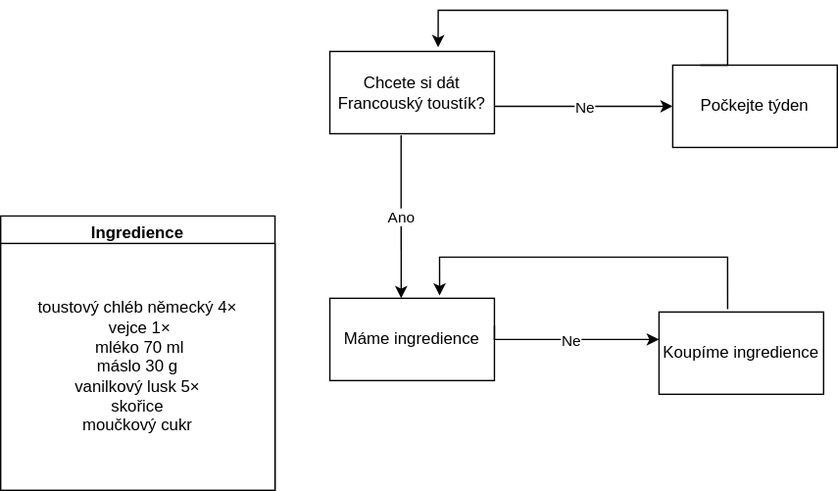
Before: 00TempData/Francouský toustík - Pain perdu.svg, a diagram exported from draw.io (MatyasKorytar/diagras.net). Source tidied: cells renumbered, new cells last; positions are measured from the earlier drawing's top-left corner, leaving out a move shared by most shapes.
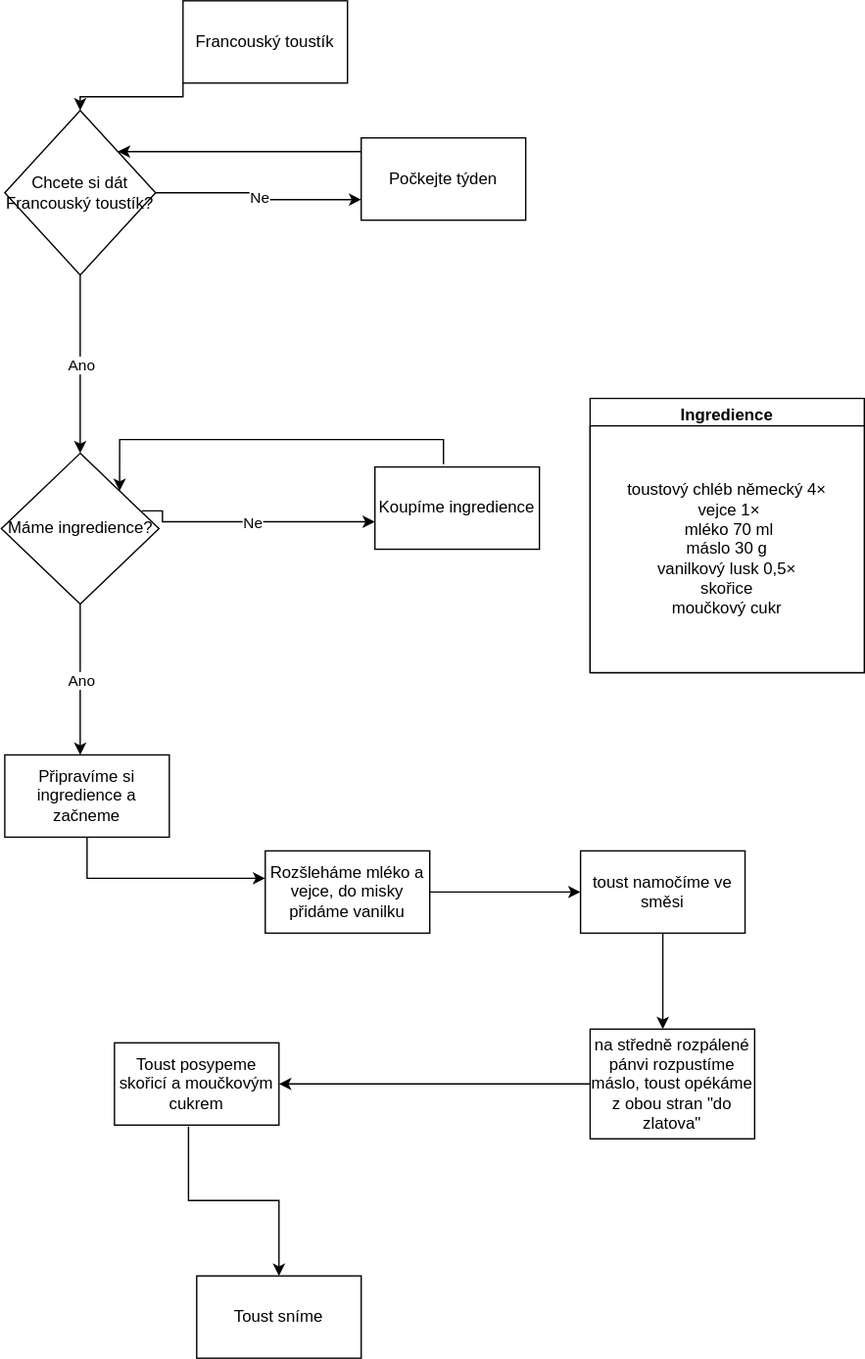
The same file after the commit.

The edit, as a diff of the source:
```diff
@@ -2,53 +2,43 @@
   <root>
     <mxCell id="0" />
     <mxCell id="1" parent="0" />
-    <mxCell id="2" value="Chcete si dát Francouský toustík?" style="rounded=0;whiteSpace=wrap;html=1;" parent="1" vertex="1">
-      <mxGeometry x="240" y="30" width="120" height="60" as="geometry" />
-    </mxCell>
-    <mxCell id="3" style="endArrow=classic;html=1;rounded=0;edgeStyle=orthogonalEdgeStyle;" parent="1" edge="1">
-      <mxGeometry relative="1" as="geometry">
-        <mxPoint x="360" y="70" as="sourcePoint" />
-        <mxPoint x="490" y="70" as="targetPoint" />
-      </mxGeometry>
+    <mxCell id="3" style="endArrow=classic;html=1;rounded=0;edgeStyle=orthogonalEdgeStyle;exitX=1;exitY=0.5;exitDx=0;exitDy=0;entryX=0;entryY=0.75;entryDx=0;entryDy=0;" parent="1" edge="1" source="2" target="5">
+      <mxGeometry relative="1" as="geometry" />
     </mxCell>
     <mxCell id="4" value="Ne" style="edgeLabel;html=1;align=center;verticalAlign=middle;" parent="3" vertex="1">
       <mxGeometry relative="1" as="geometry" />
     </mxCell>
     <mxCell id="5" value="Počkejte týden" style="rounded=0;whiteSpace=wrap;html=1;" parent="1" vertex="1">
-      <mxGeometry x="490" y="40" width="120" height="60" as="geometry" />
+      <mxGeometry x="490" y="100" width="120" height="60" as="geometry" />
     </mxCell>
-    <mxCell id="6" style="endArrow=classic;html=1;rounded=0;edgeStyle=orthogonalEdgeStyle;entryX=0.658;entryY=-0.05;entryDx=0;entryDy=0;entryPerimeter=0;" parent="1" edge="1" target="2">
+    <mxCell id="6" style="endArrow=classic;html=1;rounded=0;edgeStyle=orthogonalEdgeStyle;entryX=1;entryY=0;entryDx=0;entryDy=0;" parent="1" edge="1" target="2">
       <mxGeometry relative="1" as="geometry">
-        <mxPoint x="510" y="40" as="sourcePoint" />
+        <mxPoint x="490" y="110" as="sourcePoint" />
         <Array as="points">
-          <mxPoint x="530" y="40" />
-          <mxPoint x="530" />
-          <mxPoint x="319" />
+          <mxPoint x="490" y="110" />
+          <mxPoint x="490" y="110" />
         </Array>
       </mxGeometry>
     </mxCell>
-    <mxCell id="7" style="endArrow=classic;html=1;rounded=0;edgeStyle=orthogonalEdgeStyle;exitX=0.433;exitY=1.017;exitDx=0;exitDy=0;exitPerimeter=0;" parent="1" edge="1" source="2">
+    <mxCell id="7" style="endArrow=classic;html=1;rounded=0;edgeStyle=orthogonalEdgeStyle;entryX=0.5;entryY=0;entryDx=0;entryDy=0;" parent="1" edge="1" source="2">
       <mxGeometry relative="1" as="geometry">
-        <mxPoint x="292" y="210" as="targetPoint" />
+        <mxPoint x="285" y="330" as="targetPoint" />
       </mxGeometry>
     </mxCell>
     <mxCell id="8" value="Ano" style="edgeLabel;html=1;align=center;verticalAlign=middle;" parent="7" vertex="1">
       <mxGeometry relative="1" as="geometry" />
     </mxCell>
-    <mxCell id="9" value="Máme ingredience&lt;br&gt;" style="rounded=0;whiteSpace=wrap;html=1;" parent="1" vertex="1">
-      <mxGeometry x="240" y="210" width="120" height="60" as="geometry" />
-    </mxCell>
     <mxCell id="10" value="Ingredience" style="swimlane;" parent="1" vertex="1">
-      <mxGeometry y="150" width="200" height="200" as="geometry" />
+      <mxGeometry x="657" y="290" width="200" height="200" as="geometry" />
     </mxCell>
-    <mxCell id="11" value="&lt;span&gt;toustový chléb německý 4×&lt;br&gt;&amp;nbsp;vejce 1×&lt;br&gt;&amp;nbsp;mléko 70 ml&lt;br&gt;máslo 30 g&lt;br&gt;vanilkový lusk 5×&lt;br&gt;skořice&lt;br&gt;moučkový cukr&lt;br&gt;&lt;/span&gt;" style="rounded=0;whiteSpace=wrap;html=1;" parent="10" vertex="1">
+    <mxCell id="11" value="&lt;span&gt;toustový chléb německý 4×&lt;br&gt;&amp;nbsp;vejce 1×&lt;br&gt;&amp;nbsp;mléko 70 ml&lt;br&gt;máslo 30 g&lt;br&gt;vanilkový lusk 0,5×&lt;br&gt;skořice&lt;br&gt;moučkový cukr&lt;br&gt;&lt;/span&gt;" style="rounded=0;whiteSpace=wrap;html=1;" parent="10" vertex="1">
       <mxGeometry y="20" width="200" height="180" as="geometry" />
     </mxCell>
-    <mxCell id="12" style="endArrow=classic;html=1;rounded=0;edgeStyle=orthogonalEdgeStyle;" parent="1" edge="1" target="14">
+    <mxCell id="12" style="endArrow=classic;html=1;rounded=0;edgeStyle=orthogonalEdgeStyle;exitX=0.891;exitY=0.382;exitDx=0;exitDy=0;exitPerimeter=0;" parent="1" edge="1" source="18" target="14">
       <mxGeometry relative="1" as="geometry">
-        <mxPoint x="360" y="230" as="sourcePoint" />
         <Array as="points">
-          <mxPoint x="360" y="240" />
+          <mxPoint x="345" y="372" />
+          <mxPoint x="345" y="380" />
         </Array>
       </mxGeometry>
     </mxCell>
@@ -56,15 +46,79 @@
       <mxGeometry relative="1" as="geometry" />
     </mxCell>
     <mxCell id="14" value="Koupíme ingredience" style="rounded=0;whiteSpace=wrap;html=1;" parent="1" vertex="1">
-      <mxGeometry x="480" y="220" width="120" height="60" as="geometry" />
+      <mxGeometry x="500" y="340" width="120" height="60" as="geometry" />
     </mxCell>
-    <mxCell id="15" style="endArrow=classic;html=1;rounded=0;edgeStyle=orthogonalEdgeStyle;exitX=0.417;exitY=-0.033;exitDx=0;exitDy=0;exitPerimeter=0;entryX=0.667;entryY=-0.033;entryDx=0;entryDy=0;entryPerimeter=0;" parent="1" edge="1" source="14" target="9">
+    <mxCell id="15" style="endArrow=classic;html=1;rounded=0;edgeStyle=orthogonalEdgeStyle;exitX=0.417;exitY=-0.033;exitDx=0;exitDy=0;exitPerimeter=0;entryX=1;entryY=0;entryDx=0;entryDy=0;" parent="1" edge="1" source="14" target="18">
       <mxGeometry relative="1" as="geometry">
         <Array as="points">
-          <mxPoint x="530" y="180" />
-          <mxPoint x="320" y="180" />
+          <mxPoint x="550" y="320" />
+          <mxPoint x="314" y="320" />
         </Array>
       </mxGeometry>
     </mxCell>
+    <mxCell id="16" value="Francouský toustík" style="whiteSpace=wrap;html=1;" parent="1" vertex="1">
+      <mxGeometry x="360" width="120" height="60" as="geometry" />
+    </mxCell>
+    <mxCell id="2" value="Chcete si dát Francouský toustík?" style="rhombus;whiteSpace=wrap;html=1;" parent="1" vertex="1">
+      <mxGeometry x="230" y="80" width="110" height="120" as="geometry" />
+    </mxCell>
+    <mxCell id="17" style="endArrow=classic;html=1;rounded=0;edgeStyle=orthogonalEdgeStyle;exitX=0;exitY=1;exitDx=0;exitDy=0;entryX=0.5;entryY=0;entryDx=0;entryDy=0;" parent="1" edge="1" source="16" target="2">
+      <mxGeometry relative="1" as="geometry" />
+    </mxCell>
+    <mxCell id="18" value="Máme ingredience?" style="rhombus;whiteSpace=wrap;html=1;" parent="1" vertex="1">
+      <mxGeometry x="227.5" y="330" width="115" height="110" as="geometry" />
+    </mxCell>
+    <mxCell id="19" style="endArrow=classic;html=1;rounded=0;edgeStyle=orthogonalEdgeStyle;exitX=0.5;exitY=1;exitDx=0;exitDy=0;" parent="1" edge="1" source="18">
+      <mxGeometry relative="1" as="geometry">
+        <mxPoint x="285" y="550" as="targetPoint" />
+      </mxGeometry>
+    </mxCell>
+    <mxCell id="20" value="Ano" style="edgeLabel;html=1;align=center;verticalAlign=middle;" parent="19" vertex="1">
+      <mxGeometry relative="1" as="geometry" />
+    </mxCell>
+    <mxCell id="21" value="Připravíme si ingredience a začneme" style="rounded=0;whiteSpace=wrap;html=1;" parent="1" vertex="1">
+      <mxGeometry x="230" y="550" width="120" height="60" as="geometry" />
+    </mxCell>
+    <mxCell id="22" style="endArrow=classic;html=1;rounded=0;edgeStyle=orthogonalEdgeStyle;exitX=0.5;exitY=1;exitDx=0;exitDy=0;" parent="1" edge="1" source="21">
+      <mxGeometry relative="1" as="geometry">
+        <mxPoint x="420" y="640" as="targetPoint" />
+        <Array as="points">
+          <mxPoint x="290" y="640" />
+        </Array>
+      </mxGeometry>
+    </mxCell>
+    <mxCell id="23" value="Rozšleháme mléko a vejce, do misky přidáme vanilku" style="rounded=0;whiteSpace=wrap;html=1;" parent="1" vertex="1">
+      <mxGeometry x="420" y="620" width="120" height="60" as="geometry" />
+    </mxCell>
+    <mxCell id="24" style="endArrow=classic;html=1;rounded=0;edgeStyle=orthogonalEdgeStyle;exitX=1;exitY=0.5;exitDx=0;exitDy=0;" parent="1" edge="1" source="23">
+      <mxGeometry relative="1" as="geometry">
+        <mxPoint x="650" y="650" as="targetPoint" />
+      </mxGeometry>
+    </mxCell>
+    <mxCell id="25" value="toust namočíme ve směsi" style="rounded=0;whiteSpace=wrap;html=1;" parent="1" vertex="1">
+      <mxGeometry x="650" y="620" width="120" height="60" as="geometry" />
+    </mxCell>
+    <mxCell id="26" style="endArrow=classic;html=1;rounded=0;edgeStyle=orthogonalEdgeStyle;exitX=0.5;exitY=1;exitDx=0;exitDy=0;" parent="1" edge="1" source="25">
+      <mxGeometry relative="1" as="geometry">
+        <mxPoint x="710" y="750" as="targetPoint" />
+      </mxGeometry>
+    </mxCell>
+    <mxCell id="27" value="na středně rozpálené pánvi rozpustíme máslo, toust opékáme z obou stran &quot;do zlatova&quot;" style="rounded=0;whiteSpace=wrap;html=1;" parent="1" vertex="1">
+      <mxGeometry x="657" y="750" width="120" height="80" as="geometry" />
+    </mxCell>
+    <mxCell id="28" value="Toust posypeme skořicí a moučkovým cukrem" style="rounded=0;whiteSpace=wrap;html=1;" parent="1" vertex="1">
+      <mxGeometry x="310" y="760" width="120" height="60" as="geometry" />
+    </mxCell>
+    <mxCell id="29" style="endArrow=classic;html=1;rounded=0;edgeStyle=orthogonalEdgeStyle;exitX=0;exitY=0.5;exitDx=0;exitDy=0;entryX=1;entryY=0.5;entryDx=0;entryDy=0;" parent="1" edge="1" source="27" target="28">
+      <mxGeometry relative="1" as="geometry" />
+    </mxCell>
+    <mxCell id="30" style="endArrow=classic;html=1;rounded=0;edgeStyle=orthogonalEdgeStyle;exitX=0.45;exitY=1.017;exitDx=0;exitDy=0;exitPerimeter=0;" parent="1" edge="1" source="28">
+      <mxGeometry relative="1" as="geometry">
+        <mxPoint x="430" y="930" as="targetPoint" />
+      </mxGeometry>
+    </mxCell>
+    <mxCell id="31" value="Toust sníme" style="rounded=0;whiteSpace=wrap;html=1;" parent="1" vertex="1">
+      <mxGeometry x="370" y="930" width="120" height="60" as="geometry" />
+    </mxCell>
   </root>
 </mxGraphModel>
```
